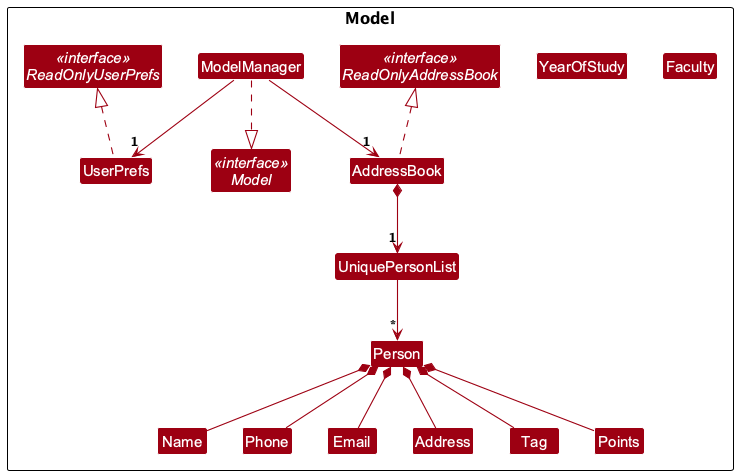
Above: docs/diagrams/ModelClassDiagram.png in javierchuaby/tp (PlantUML), before the change.
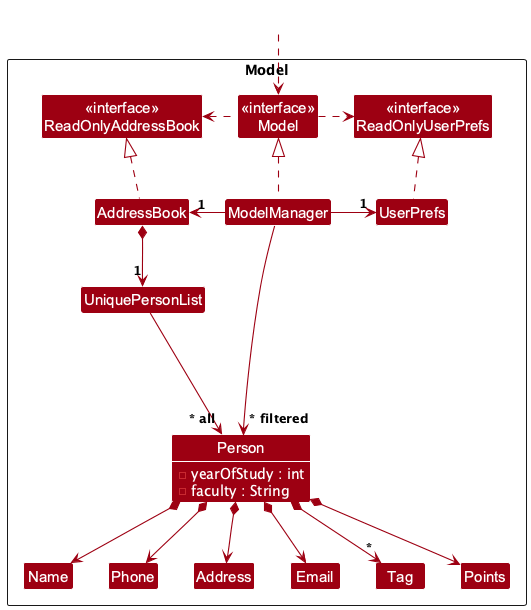
The same file after the commit.

Change to the diagram source:
```diff
@@ -4,74 +4,60 @@
 skinparam arrowColor MODEL_COLOR
 skinparam classBackgroundColor MODEL_COLOR
 
+Package Model as ModelPackage <<Rectangle>>{
+Class "<<interface>>\nReadOnlyAddressBook" as ReadOnlyAddressBook
+Class "<<interface>>\nReadOnlyUserPrefs" as ReadOnlyUserPrefs
+Class "<<interface>>\nModel" as Model
+Class AddressBook
+Class ModelManager
+Class UserPrefs
 
-package Model {
-	interface "<<interface>>\nModel" as Model
-	interface "<<interface>>\nReadOnlyAddressBook" as ReadOnlyAddressBook
-	interface "<<interface>>\nReadOnlyUserPrefs" as ReadOnlyUserPrefs
+Class UniquePersonList
+Class Person {
+  - yearOfStudy : int
+  - faculty : String
+}
+Class Address
+Class Email
+Class Name
+Class Phone
+Class Tag
+Class Points
 
-	class AddressBook {
-		- persons : UniquePersonList
-		+ getPersonList() : ObservableList<Person>
-	}
-
-	class ModelManager {
-		- addressBook : AddressBook
-		- userPrefs : UserPrefs
-		- filteredPersons : FilteredList<Person>
-		+ getFilteredPersonList() : ObservableList<Person>
-		+ updateFilteredPersonList(p : Predicate<Person>) : void
-	}
-
-	class UserPrefs {
-		- guiSettings : GuiSettings
-		- addressBookFilePath : Path
-		+ getAddressBookFilePath() : Path
-	}
-
-	class UniquePersonList {
-		- internalList : List<Person>
-		+ add(p : Person)
-		+ remove(p : Person)
-	}
-
-	class Person {
-		- name : Name
-		- phone : Phone
-		- email : Email
-		- address : Address
-		- yearOfStudy : int
-		- faculty : String
-		- tags : Set<Tag>
-		- isPresent : boolean
-		- points : Points
-		+ getName() : Name
-		+ getPoints() : Points
-	}
-
-	class Name
-	class Phone
-	class Email
-	class Address
-	class Tag
-	class YearOfStudy
-	class Faculty
-	class Points
-
-	ModelManager ..|> Model
-	AddressBook .up.|> ReadOnlyAddressBook
-	UserPrefs .up.|> ReadOnlyUserPrefs
-
-	ModelManager --> "1" AddressBook
-	ModelManager --> "1" UserPrefs
-	AddressBook *--> "1" UniquePersonList
-	UniquePersonList --> "*" Person
-	Person *-- Name
-	Person *-- Phone
-	Person *-- Email
-	Person *-- Address
-	Person *-- Points
-	Person *-- Tag
+Class I #FFFFFF
 }
 
+Class HiddenOutside #FFFFFF
+HiddenOutside ..> Model
+
+AddressBook .up.|> ReadOnlyAddressBook
+
+ModelManager .up.|> Model
+Model .right.> ReadOnlyUserPrefs
+Model .left.> ReadOnlyAddressBook
+ModelManager -left-> "1" AddressBook
+ModelManager -right-> "1" UserPrefs
+UserPrefs .up.|> ReadOnlyUserPrefs
+
+AddressBook *--> "1" UniquePersonList
+UniquePersonList --> "~* all" Person
+Person *--> Name
+Person *--> Phone
+Person *--> Email
+Person *--> Address
+Person *--> "*" Tag
+Person *--> Points
+
+Person -[hidden]up--> I
+UniquePersonList -[hidden]right-> I
+
+Name -[hidden]right-> Phone
+Phone -[hidden]right-> Address
+Address -[hidden]right-> Email
+
+ModelManager --> "~* filtered" Person
+
+show Person attributes
+hide Person methods
+skinparam ClassAttributeFontColor white
 @enduml
```
